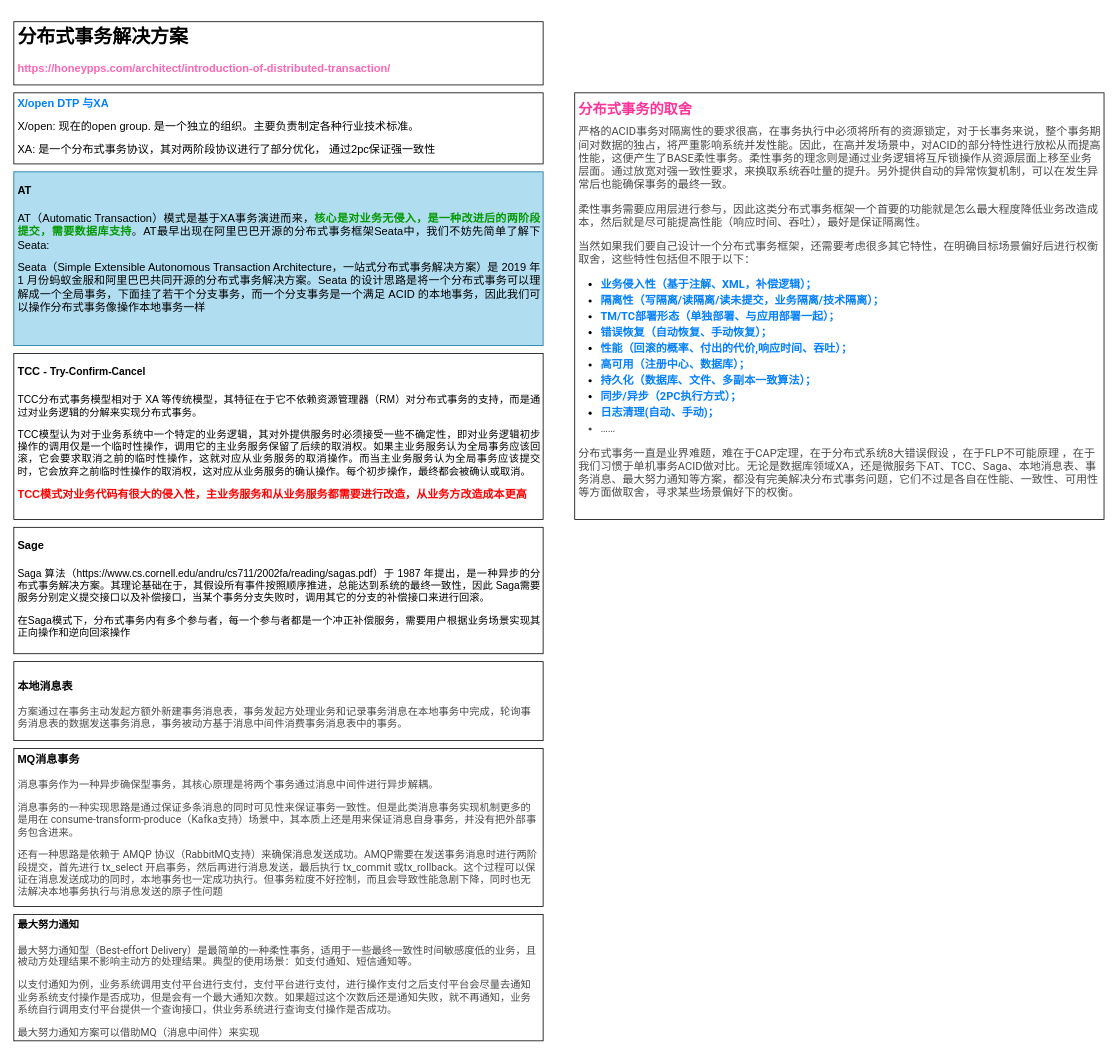
Earlier version of the draw.io diagram page "Main" (1 of 10) of 分布式事务&Seata.drawio (bayern01kahn/Tech_Diagrams). Source tidied: cells renumbered, new cells numbered last; positions are measured from the earlier drawing's top-left corner, leaving out a move shared by most shapes. Both pictures are drawn from the tidied source at 79%, with x=0, y=0 at pixel (13, 21).
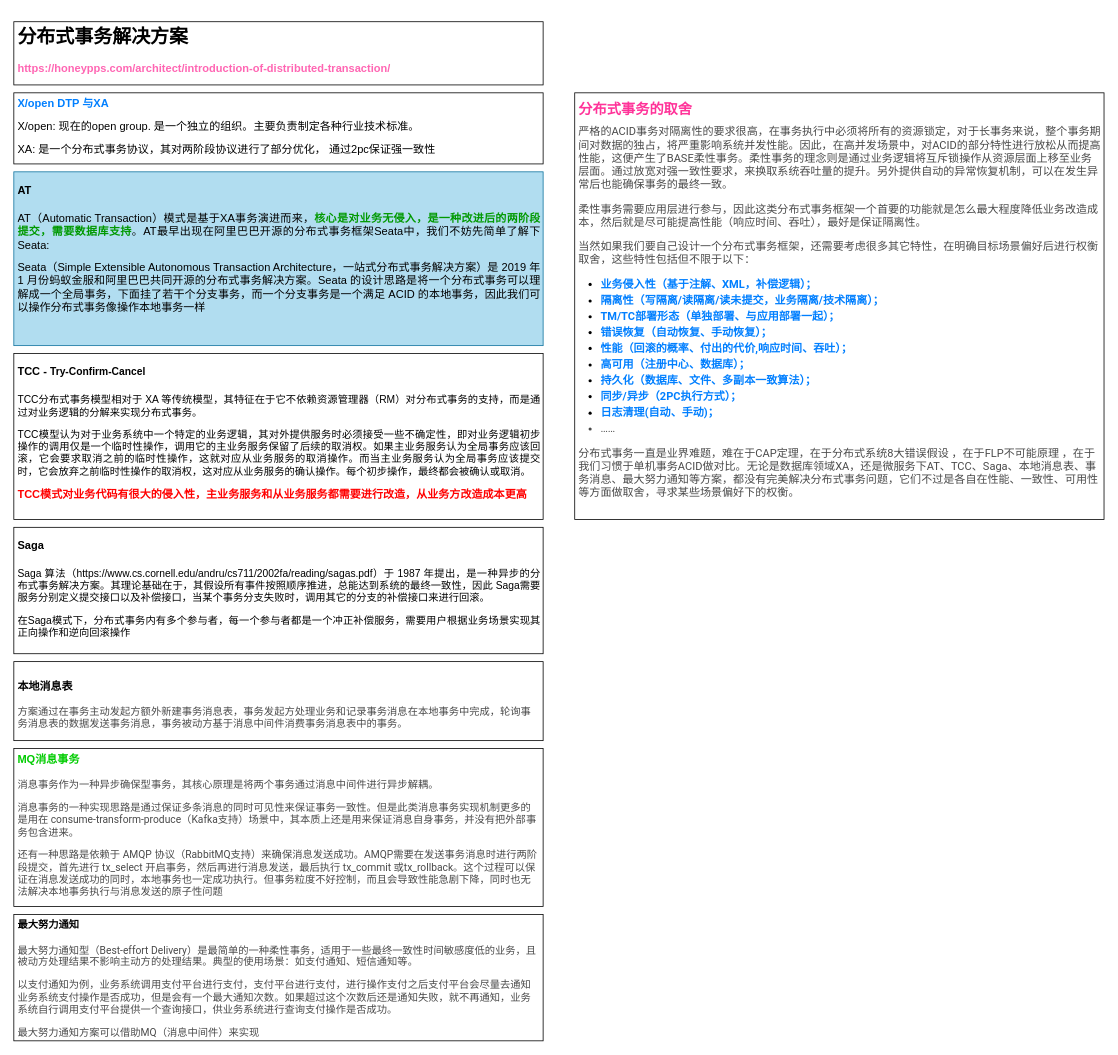
The same page after the edit.

Change to the diagram source:
```diff
@@
 <mxGraphModel>
   <root>
     <mxCell id="0" />
     <mxCell id="1" parent="0" />
     <mxCell id="2" value="&lt;h1&gt;分布式事务解决方案&lt;/h1&gt;&lt;p&gt;&lt;/p&gt;&lt;span style=&quot;text-align: justify&quot;&gt;&lt;span style=&quot;font-size: 14px&quot;&gt;&lt;b&gt;&lt;font color=&quot;#ff66b3&quot;&gt;https://honeypps.com/architect/introduction-of-distributed-transaction/&lt;/font&gt;&lt;/b&gt;&lt;/span&gt;&lt;br&gt;&lt;br&gt;&lt;b style=&quot;color: rgb(0 , 127 , 255) ; font-size: 14px&quot;&gt;&lt;br&gt;&lt;br&gt;&lt;/b&gt;&lt;/span&gt;" style="text;html=1;spacing=5;spacingTop=-20;whiteSpace=wrap;overflow=hidden;rounded=0;fillColor=#ffffff;strokeColor=#000000;" parent="1" vertex="1">
       <mxGeometry width="670" height="80" as="geometry" />
     </mxCell>
     <mxCell id="3" value="&lt;h2 id=&quot;分布式事务的取舍&quot; style=&quot;box-sizing: inherit ; margin: 1.1428em 0px 0.5714em ; padding: 0px ; line-height: 1.125 ; font-family: &amp;#34;ubuntu&amp;#34; , &amp;#34;roboto&amp;#34; , &amp;#34;open sans&amp;#34; , &amp;#34;microsoft yahei&amp;#34; , sans-serif ; background-color: rgb(255 , 255 , 255)&quot;&gt;&lt;font color=&quot;#ff3399&quot;&gt;分布式事务的取舍&lt;/font&gt;&lt;/h2&gt;&lt;h1 style=&quot;font-size: 14px&quot;&gt;&lt;p style=&quot;box-sizing: inherit ; margin: 0px 0px 1em ; padding: 0px ; color: rgb(74 , 74 , 74) ; font-family: &amp;#34;ubuntu&amp;#34; , &amp;#34;roboto&amp;#34; , &amp;#34;open sans&amp;#34; , &amp;#34;microsoft yahei&amp;#34; , sans-serif ; font-weight: 400 ; background-color: rgb(255 , 255 , 255)&quot;&gt;严格的ACID事务对隔离性的要求很高，在事务执行中必须将所有的资源锁定，对于长事务来说，整个事务期间对数据的独占，将严重影响系统并发性能。因此，在高并发场景中，对ACID的部分特性进行放松从而提高性能，这便产生了BASE柔性事务。柔性事务的理念则是通过业务逻辑将互斥锁操作从资源层面上移至业务层面。通过放宽对强一致性要求，来换取系统吞吐量的提升。另外提供自动的异常恢复机制，可以在发生异常后也能确保事务的最终一致。&lt;/p&gt;&lt;p style=&quot;box-sizing: inherit ; margin: 0px 0px 1em ; padding: 0px ; color: rgb(74 , 74 , 74) ; font-family: &amp;#34;ubuntu&amp;#34; , &amp;#34;roboto&amp;#34; , &amp;#34;open sans&amp;#34; , &amp;#34;microsoft yahei&amp;#34; , sans-serif ; font-weight: 400 ; background-color: rgb(255 , 255 , 255)&quot;&gt;柔性事务需要应用层进行参与，因此这类分布式事务框架一个首要的功能就是怎么最大程度降低业务改造成本，然后就是尽可能提高性能（响应时间、吞吐），最好是保证隔离性。&lt;/p&gt;&lt;p style=&quot;box-sizing: inherit ; margin: 0px 0px 1em ; padding: 0px ; color: rgb(74 , 74 , 74) ; font-family: &amp;#34;ubuntu&amp;#34; , &amp;#34;roboto&amp;#34; , &amp;#34;open sans&amp;#34; , &amp;#34;microsoft yahei&amp;#34; , sans-serif ; font-weight: 400 ; background-color: rgb(255 , 255 , 255)&quot;&gt;当然如果我们要自己设计一个分布式事务框架，还需要考虑很多其它特性，在明确目标场景偏好后进行权衡取舍，这些特性包括但不限于以下：&lt;/p&gt;&lt;ul style=&quot;box-sizing: inherit ; margin: 1em 0px 1em 2em ; padding: 0px ; list-style-position: outside ; font-family: &amp;#34;ubuntu&amp;#34; , &amp;#34;roboto&amp;#34; , &amp;#34;open sans&amp;#34; , &amp;#34;microsoft yahei&amp;#34; , sans-serif ; background-color: rgb(255 , 255 , 255)&quot;&gt;&lt;li style=&quot;box-sizing: inherit ; margin: 0px ; padding: 0px&quot;&gt;&lt;font color=&quot;#007fff&quot;&gt;业务侵入性（基于注解、XML，补偿逻辑）；&lt;/font&gt;&lt;/li&gt;&lt;li style=&quot;box-sizing: inherit ; margin: 0.25em 0px 0px ; padding: 0px&quot;&gt;&lt;font color=&quot;#007fff&quot;&gt;隔离性（写隔离/读隔离/读未提交，业务隔离/技术隔离）；&lt;/font&gt;&lt;/li&gt;&lt;li style=&quot;box-sizing: inherit ; margin: 0.25em 0px 0px ; padding: 0px&quot;&gt;&lt;font color=&quot;#007fff&quot;&gt;TM/TC部署形态（单独部署、与应用部署一起）；&lt;/font&gt;&lt;/li&gt;&lt;li style=&quot;box-sizing: inherit ; margin: 0.25em 0px 0px ; padding: 0px&quot;&gt;&lt;font color=&quot;#007fff&quot;&gt;错误恢复（自动恢复、手动恢复）；&lt;/font&gt;&lt;/li&gt;&lt;li style=&quot;box-sizing: inherit ; margin: 0.25em 0px 0px ; padding: 0px&quot;&gt;&lt;font color=&quot;#007fff&quot;&gt;性能（回滚的概率、付出的代价,响应时间、吞吐）；&lt;/font&gt;&lt;/li&gt;&lt;li style=&quot;box-sizing: inherit ; margin: 0.25em 0px 0px ; padding: 0px&quot;&gt;&lt;font color=&quot;#007fff&quot;&gt;高可用（注册中心、数据库）；&lt;/font&gt;&lt;/li&gt;&lt;li style=&quot;box-sizing: inherit ; margin: 0.25em 0px 0px ; padding: 0px&quot;&gt;&lt;font color=&quot;#007fff&quot;&gt;持久化（数据库、文件、多副本一致算法）；&lt;/font&gt;&lt;/li&gt;&lt;li style=&quot;box-sizing: inherit ; margin: 0.25em 0px 0px ; padding: 0px&quot;&gt;&lt;font color=&quot;#007fff&quot;&gt;同步/异步（2PC执行方式）；&lt;/font&gt;&lt;/li&gt;&lt;li style=&quot;box-sizing: inherit ; margin: 0.25em 0px 0px ; padding: 0px&quot;&gt;&lt;font color=&quot;#007fff&quot;&gt;日志清理(自动、手动)；&lt;/font&gt;&lt;/li&gt;&lt;li style=&quot;font-weight: 400 ; color: rgb(74 , 74 , 74) ; box-sizing: inherit ; margin: 0.25em 0px 0px ; padding: 0px&quot;&gt;……&lt;/li&gt;&lt;/ul&gt;&lt;p style=&quot;box-sizing: inherit ; margin: 0px 0px 1em ; padding: 0px ; color: rgb(74 , 74 , 74) ; font-family: &amp;#34;ubuntu&amp;#34; , &amp;#34;roboto&amp;#34; , &amp;#34;open sans&amp;#34; , &amp;#34;microsoft yahei&amp;#34; , sans-serif ; font-weight: 400 ; background-color: rgb(255 , 255 , 255)&quot;&gt;分布式事务一直是业界难题，难在于CAP定理，在于分布式系统8大错误假设 ，在于FLP不可能原理 ，在于我们习惯于单机事务ACID做对比。无论是数据库领域XA，还是微服务下AT、TCC、Saga、本地消息表、事务消息、最大努力通知等方案，都没有完美解决分布式事务问题，它们不过是各自在性能、一致性、可用性等方面做取舍，寻求某些场景偏好下的权衡。&lt;/p&gt;&lt;div&gt;&lt;br&gt;&lt;/div&gt;&lt;/h1&gt;" style="text;html=1;spacing=5;spacingTop=-20;whiteSpace=wrap;overflow=hidden;rounded=0;fillColor=#ffffff;strokeColor=#000000;" parent="1" vertex="1">
       <mxGeometry x="710" y="90" width="670" height="540" as="geometry" />
     </mxCell>
     <mxCell id="4" value="&lt;h1&gt;&lt;/h1&gt;&lt;span style=&quot;text-align: justify&quot;&gt;&lt;b style=&quot;color: rgb(0 , 127 , 255) ; font-size: 14px&quot;&gt;X/open DTP 与XA&lt;/b&gt;&lt;/span&gt;&lt;span style=&quot;color: rgb(0 , 127 , 255) ; font-size: 14px ; text-align: justify&quot;&gt;&amp;nbsp;&lt;/span&gt;&lt;br&gt;&lt;p&gt;&lt;/p&gt;&lt;p style=&quot;text-align: justify&quot;&gt;&lt;font style=&quot;font-size: 14px&quot;&gt;X/open:&amp;nbsp;现在的open group. 是一个独立的组织。主要负责制定各种行业技术标准。&lt;/font&gt;&lt;/p&gt;&lt;p style=&quot;text-align: justify&quot;&gt;&lt;font style=&quot;font-size: 14px&quot;&gt;XA: 是一个分布式事务协议，其对两阶段协议进行了部分优化， 通过2pc保证强一致性&lt;/font&gt;&lt;/p&gt;&lt;p style=&quot;text-align: justify&quot;&gt;&lt;span style=&quot;font-size: 14px&quot;&gt;&lt;br&gt;&lt;/span&gt;&lt;/p&gt;&lt;p style=&quot;text-align: justify&quot;&gt;&lt;br&gt;&lt;/p&gt;" style="text;html=1;spacing=5;spacingTop=-20;whiteSpace=wrap;overflow=hidden;rounded=0;fillColor=#ffffff;strokeColor=#000000;" parent="1" vertex="1">
       <mxGeometry y="90" width="670" height="90" as="geometry" />
     </mxCell>
     <mxCell id="5" value="&lt;h1&gt;&lt;b style=&quot;font-size: 14px ; text-align: justify&quot;&gt;AT&amp;nbsp;&lt;/b&gt;&lt;br&gt;&lt;/h1&gt;&lt;p style=&quot;text-align: justify&quot;&gt;&lt;font&gt;&lt;span style=&quot;font-size: 14px&quot;&gt;AT（Automatic Transaction）模式是基于XA事务演进而来，&lt;b&gt;&lt;font color=&quot;#009900&quot;&gt;核心是对业务无侵入，是一种改进后的两阶段提交，需要数据库支持&lt;/font&gt;&lt;/b&gt;。AT最早出现在阿里巴巴开源的分布式事务框架Seata中，我们不妨先简单了解下Seata:&lt;/span&gt;&lt;/font&gt;&lt;/p&gt;&lt;p style=&quot;text-align: justify&quot;&gt;&lt;/p&gt;&lt;p style=&quot;text-align: justify&quot;&gt;&lt;span style=&quot;font-size: 14px&quot;&gt;Seata（Simple Extensible Autonomous Transaction Architecture，一站式分布式事务解决方案）是 2019 年 1 月份蚂蚁金服和阿里巴巴共同开源的分布式事务解决方案。Seata 的设计思路是将一个分布式事务可以理解成一个全局事务，下面挂了若干个分支事务，而一个分支事务是一个满足 ACID 的本地事务，因此我们可以操作分布式事务像操作本地事务一样&lt;/span&gt;&lt;/p&gt;&lt;p style=&quot;text-align: justify&quot;&gt;&lt;font style=&quot;font-size: 14px&quot;&gt;&lt;br&gt;&lt;/font&gt;&lt;/p&gt;&lt;p style=&quot;text-align: justify&quot;&gt;&lt;br&gt;&lt;/p&gt;" style="text;html=1;spacing=5;spacingTop=-20;whiteSpace=wrap;overflow=hidden;rounded=0;fillColor=#b1ddf0;strokeColor=#10739e;" parent="1" vertex="1">
       <mxGeometry y="190" width="670" height="220" as="geometry" />
     </mxCell>
     <mxCell id="6" value="&lt;h1&gt;&lt;font style=&quot;text-align: justify ; font-weight: normal ; font-size: 14px&quot;&gt;&lt;b&gt;TCC -&amp;nbsp;&lt;/b&gt;&lt;/font&gt;&lt;b style=&quot;text-align: justify ; font-size: 13px&quot;&gt;Try-Confirm-Cancel&lt;/b&gt;&lt;br&gt;&lt;/h1&gt;&lt;p style=&quot;text-align: justify ; font-size: 13px&quot;&gt;&lt;font style=&quot;font-size: 13px&quot;&gt;TCC分布式事务模型相对于 XA 等传统模型，其特征在于它不依赖资源管理器（RM）对分布式事务的支持，而是通过对业务逻辑的分解来实现分布式事务。&lt;/font&gt;&lt;/p&gt;&lt;p style=&quot;text-align: justify ; font-size: 13px&quot;&gt;&lt;span&gt;TCC模型认为对于业务系统中一个特定的业务逻辑，其对外提供服务时必须接受一些不确定性，即对业务逻辑初步操作的调用仅是一个临时性操作，调用它的主业务服务保留了后续的取消权。如果主业务服务认为全局事务应该回滚，它会要求取消之前的临时性操作，这就对应从业务服务的取消操作。而当主业务服务认为全局事务应该提交时，它会放弃之前临时性操作的取消权，这对应从业务服务的确认操作。每个初步操作，最终都会被确认或取消。&lt;/span&gt;&lt;br&gt;&lt;/p&gt;&lt;p style=&quot;text-align: justify&quot;&gt;&lt;font style=&quot;font-size: 14px&quot;&gt;&lt;span style=&quot;color: rgb(255 , 0 , 0) ; font-weight: 700 ; text-align: left ; background-color: rgb(255 , 255 , 255)&quot;&gt;TCC模式对业务代码有很大的侵入性，主业务服务和从业务服务都需要进行改造，从业务方改造成本更高&lt;/span&gt;&lt;b&gt;&lt;br&gt;&lt;/b&gt;&lt;/font&gt;&lt;/p&gt;&lt;p style=&quot;text-align: justify&quot;&gt;&lt;br&gt;&lt;/p&gt;" style="text;html=1;spacing=5;spacingTop=-20;whiteSpace=wrap;overflow=hidden;rounded=0;fillColor=#ffffff;strokeColor=#000000;" parent="1" vertex="1">
       <mxGeometry y="420" width="670" height="210" as="geometry" />
     </mxCell>
-    <mxCell id="7" value="&lt;h1&gt;&lt;b style=&quot;text-align: justify ; font-size: 14px&quot;&gt;Sage&lt;/b&gt;&lt;br&gt;&lt;/h1&gt;&lt;p style=&quot;text-align: justify ; font-size: 13px&quot;&gt;&lt;font style=&quot;font-size: 13px&quot;&gt;Saga 算法（https://www.cs.cornell.edu/andru/cs711/2002fa/reading/sagas.pdf）于 1987 年提出，是一种异步的分布式事务解决方案。其理论基础在于，其假设所有事件按照顺序推进，总能达到系统的最终一致性，因此 Saga需要服务分别定义提交接口以及补偿接口，当某个事务分支失败时，调用其它的分支的补偿接口来进行回滚。&lt;/font&gt;&lt;/p&gt;&lt;p style=&quot;text-align: justify ; font-size: 13px&quot;&gt;&lt;span&gt;&lt;font style=&quot;font-size: 13px&quot;&gt;在Saga模式下，分布式事务内有多个参与者，每一个参与者都是一个冲正补偿服务，需要用户根据业务场景实现其正向操作和逆向回滚操作&lt;/font&gt;&lt;/span&gt;&lt;/p&gt;&lt;p style=&quot;text-align: justify&quot;&gt;&lt;font style=&quot;font-size: 14px&quot;&gt;&lt;b&gt;&lt;br&gt;&lt;/b&gt;&lt;/font&gt;&lt;/p&gt;&lt;p style=&quot;text-align: justify&quot;&gt;&lt;br&gt;&lt;/p&gt;" style="text;html=1;spacing=5;spacingTop=-20;whiteSpace=wrap;overflow=hidden;rounded=0;fillColor=#ffffff;strokeColor=#000000;" parent="1" vertex="1">
+    <mxCell id="7" value="&lt;h1&gt;&lt;b style=&quot;text-align: justify ; font-size: 14px&quot;&gt;Saga&lt;/b&gt;&lt;br&gt;&lt;/h1&gt;&lt;p style=&quot;text-align: justify ; font-size: 13px&quot;&gt;&lt;font style=&quot;font-size: 13px&quot;&gt;Saga 算法（https://www.cs.cornell.edu/andru/cs711/2002fa/reading/sagas.pdf）于 1987 年提出，是一种异步的分布式事务解决方案。其理论基础在于，其假设所有事件按照顺序推进，总能达到系统的最终一致性，因此 Saga需要服务分别定义提交接口以及补偿接口，当某个事务分支失败时，调用其它的分支的补偿接口来进行回滚。&lt;/font&gt;&lt;/p&gt;&lt;p style=&quot;text-align: justify ; font-size: 13px&quot;&gt;&lt;span&gt;&lt;font style=&quot;font-size: 13px&quot;&gt;在Saga模式下，分布式事务内有多个参与者，每一个参与者都是一个冲正补偿服务，需要用户根据业务场景实现其正向操作和逆向回滚操作&lt;/font&gt;&lt;/span&gt;&lt;/p&gt;&lt;p style=&quot;text-align: justify&quot;&gt;&lt;font style=&quot;font-size: 14px&quot;&gt;&lt;b&gt;&lt;br&gt;&lt;/b&gt;&lt;/font&gt;&lt;/p&gt;&lt;p style=&quot;text-align: justify&quot;&gt;&lt;br&gt;&lt;/p&gt;" style="text;html=1;spacing=5;spacingTop=-20;whiteSpace=wrap;overflow=hidden;rounded=0;fillColor=#ffffff;strokeColor=#000000;" parent="1" vertex="1">
       <mxGeometry y="640" width="670" height="160" as="geometry" />
     </mxCell>
     <mxCell id="8" value="&lt;h1&gt;&lt;p style=&quot;font-size: 12px ; font-weight: 400 ; text-align: justify&quot;&gt;&lt;font style=&quot;font-size: 14px&quot;&gt;&lt;b&gt;&lt;br class=&quot;Apple-interchange-newline&quot;&gt;本地消息表&amp;nbsp;&lt;/b&gt;&lt;/font&gt;&lt;/p&gt;&lt;p style=&quot;font-size: 12px ; font-weight: 400 ; text-align: justify&quot;&gt;&lt;font style=&quot;font-size: 14px&quot;&gt;&lt;/font&gt;&lt;/p&gt;&lt;/h1&gt;&lt;h1 style=&quot;font-size: 13px&quot;&gt;&lt;p style=&quot;box-sizing: inherit ; margin: 0px 0px 1em ; padding: 0px ; color: rgb(74 , 74 , 74) ; font-family: &amp;#34;ubuntu&amp;#34; , &amp;#34;roboto&amp;#34; , &amp;#34;open sans&amp;#34; , &amp;#34;microsoft yahei&amp;#34; , sans-serif ; font-weight: 400 ; background-color: rgb(255 , 255 , 255)&quot;&gt;方案通过在事务主动发起方额外新建事务消息表，事务发起方处理业务和记录事务消息在本地事务中完成，轮询事务消息表的数据发送事务消息，事务被动方基于消息中间件消费事务消息表中的事务。&lt;/p&gt;&lt;/h1&gt;" style="text;html=1;spacing=5;spacingTop=-20;whiteSpace=wrap;overflow=hidden;rounded=0;fillColor=#ffffff;strokeColor=#000000;" parent="1" vertex="1">
       <mxGeometry y="810" width="670" height="100" as="geometry" />
     </mxCell>
-    <mxCell id="9" value="&lt;h1&gt;&lt;p style=&quot;font-size: 12px ; font-weight: 400 ; text-align: justify&quot;&gt;&lt;font style=&quot;font-size: 14px&quot;&gt;&lt;b&gt;MQ消息事务&amp;nbsp;&amp;nbsp;&lt;/b&gt;&lt;/font&gt;&lt;/p&gt;&lt;p style=&quot;font-size: 12px ; font-weight: 400 ; text-align: justify&quot;&gt;&lt;font style=&quot;font-size: 14px&quot;&gt;&lt;/font&gt;&lt;/p&gt;&lt;/h1&gt;&lt;h1 style=&quot;font-size: 13px&quot;&gt;&lt;p style=&quot;box-sizing: inherit ; margin: 0px 0px 1em ; padding: 0px ; color: rgb(74 , 74 , 74) ; font-family: &amp;#34;ubuntu&amp;#34; , &amp;#34;roboto&amp;#34; , &amp;#34;open sans&amp;#34; , &amp;#34;microsoft yahei&amp;#34; , sans-serif ; font-weight: 400 ; background-color: rgb(255 , 255 , 255)&quot;&gt;消息事务作为一种异步确保型事务，其核心原理是将两个事务通过消息中间件进行异步解耦。&lt;/p&gt;&lt;p style=&quot;box-sizing: inherit ; margin: 0px 0px 1em ; padding: 0px ; color: rgb(74 , 74 , 74) ; font-family: &amp;#34;ubuntu&amp;#34; , &amp;#34;roboto&amp;#34; , &amp;#34;open sans&amp;#34; , &amp;#34;microsoft yahei&amp;#34; , sans-serif ; font-weight: 400 ; background-color: rgb(255 , 255 , 255)&quot;&gt;消息事务的一种实现思路是通过保证多条消息的同时可见性来保证事务一致性。但是此类消息事务实现机制更多的是用在 consume-transform-produce（Kafka支持）场景中，其本质上还是用来保证消息自身事务，并没有把外部事务包含进来。&lt;/p&gt;&lt;p style=&quot;box-sizing: inherit ; margin: 0px 0px 1em ; padding: 0px ; color: rgb(74 , 74 , 74) ; font-family: &amp;#34;ubuntu&amp;#34; , &amp;#34;roboto&amp;#34; , &amp;#34;open sans&amp;#34; , &amp;#34;microsoft yahei&amp;#34; , sans-serif ; font-weight: 400 ; background-color: rgb(255 , 255 , 255)&quot;&gt;还有一种思路是依赖于 AMQP 协议（RabbitMQ支持）来确保消息发送成功。AMQP需要在发送事务消息时进行两阶段提交，首先进行 tx_select 开启事务，然后再进行消息发送，最后执行 tx_commit 或tx_rollback。这个过程可以保证在消息发送成功的同时，本地事务也一定成功执行。但事务粒度不好控制，而且会导致性能急剧下降，同时也无法解决本地事务执行与消息发送的原子性问题&lt;/p&gt;&lt;/h1&gt;" style="text;html=1;spacing=5;spacingTop=-20;whiteSpace=wrap;overflow=hidden;rounded=0;fillColor=#ffffff;strokeColor=#000000;" parent="1" vertex="1">
+    <mxCell id="9" value="&lt;h1&gt;&lt;p style=&quot;font-size: 12px ; font-weight: 400 ; text-align: justify&quot;&gt;&lt;font style=&quot;font-size: 14px&quot;&gt;&lt;b&gt;&lt;font color=&quot;#00cc00&quot;&gt;MQ消息事务&lt;/font&gt;&amp;nbsp;&amp;nbsp;&lt;/b&gt;&lt;/font&gt;&lt;/p&gt;&lt;p style=&quot;font-size: 12px ; font-weight: 400 ; text-align: justify&quot;&gt;&lt;font style=&quot;font-size: 14px&quot;&gt;&lt;/font&gt;&lt;/p&gt;&lt;/h1&gt;&lt;h1 style=&quot;font-size: 13px&quot;&gt;&lt;p style=&quot;box-sizing: inherit ; margin: 0px 0px 1em ; padding: 0px ; color: rgb(74 , 74 , 74) ; font-family: &amp;#34;ubuntu&amp;#34; , &amp;#34;roboto&amp;#34; , &amp;#34;open sans&amp;#34; , &amp;#34;microsoft yahei&amp;#34; , sans-serif ; font-weight: 400 ; background-color: rgb(255 , 255 , 255)&quot;&gt;消息事务作为一种异步确保型事务，其核心原理是将两个事务通过消息中间件进行异步解耦。&lt;/p&gt;&lt;p style=&quot;box-sizing: inherit ; margin: 0px 0px 1em ; padding: 0px ; color: rgb(74 , 74 , 74) ; font-family: &amp;#34;ubuntu&amp;#34; , &amp;#34;roboto&amp;#34; , &amp;#34;open sans&amp;#34; , &amp;#34;microsoft yahei&amp;#34; , sans-serif ; font-weight: 400 ; background-color: rgb(255 , 255 , 255)&quot;&gt;消息事务的一种实现思路是通过保证多条消息的同时可见性来保证事务一致性。但是此类消息事务实现机制更多的是用在 consume-transform-produce（Kafka支持）场景中，其本质上还是用来保证消息自身事务，并没有把外部事务包含进来。&lt;/p&gt;&lt;p style=&quot;box-sizing: inherit ; margin: 0px 0px 1em ; padding: 0px ; color: rgb(74 , 74 , 74) ; font-family: &amp;#34;ubuntu&amp;#34; , &amp;#34;roboto&amp;#34; , &amp;#34;open sans&amp;#34; , &amp;#34;microsoft yahei&amp;#34; , sans-serif ; font-weight: 400 ; background-color: rgb(255 , 255 , 255)&quot;&gt;还有一种思路是依赖于 AMQP 协议（RabbitMQ支持）来确保消息发送成功。AMQP需要在发送事务消息时进行两阶段提交，首先进行 tx_select 开启事务，然后再进行消息发送，最后执行 tx_commit 或tx_rollback。这个过程可以保证在消息发送成功的同时，本地事务也一定成功执行。但事务粒度不好控制，而且会导致性能急剧下降，同时也无法解决本地事务执行与消息发送的原子性问题&lt;/p&gt;&lt;/h1&gt;" style="text;html=1;spacing=5;spacingTop=-20;whiteSpace=wrap;overflow=hidden;rounded=0;fillColor=#ffffff;strokeColor=#000000;" parent="1" vertex="1">
       <mxGeometry y="920" width="670" height="200" as="geometry" />
     </mxCell>
     <mxCell id="10" value="&lt;h1&gt;&lt;p style=&quot;font-weight: 400 ; text-align: justify ; font-size: 13px&quot;&gt;&lt;b&gt;最大努力通知&lt;/b&gt;&lt;/p&gt;&lt;p style=&quot;font-weight: 400 ; text-align: justify ; font-size: 13px&quot;&gt;&lt;/p&gt;&lt;/h1&gt;&lt;h1 style=&quot;font-size: 13px&quot;&gt;&lt;p style=&quot;box-sizing: inherit ; margin: 0px 0px 1em ; padding: 0px ; color: rgb(74 , 74 , 74) ; font-family: &amp;#34;ubuntu&amp;#34; , &amp;#34;roboto&amp;#34; , &amp;#34;open sans&amp;#34; , &amp;#34;microsoft yahei&amp;#34; , sans-serif ; font-weight: 400 ; background-color: rgb(255 , 255 , 255)&quot;&gt;最大努力通知型（Best-effort Delivery）是最简单的一种柔性事务，适用于一些最终一致性时间敏感度低的业务，且被动方处理结果不影响主动方的处理结果。典型的使用场景：如支付通知、短信通知等。&lt;/p&gt;&lt;p style=&quot;box-sizing: inherit ; margin: 0px 0px 1em ; padding: 0px ; color: rgb(74 , 74 , 74) ; font-family: &amp;#34;ubuntu&amp;#34; , &amp;#34;roboto&amp;#34; , &amp;#34;open sans&amp;#34; , &amp;#34;microsoft yahei&amp;#34; , sans-serif ; font-weight: 400 ; background-color: rgb(255 , 255 , 255)&quot;&gt;以支付通知为例，业务系统调用支付平台进行支付，支付平台进行支付，进行操作支付之后支付平台会尽量去通知业务系统支付操作是否成功，但是会有一个最大通知次数。如果超过这个次数后还是通知失败，就不再通知，业务系统自行调用支付平台提供一个查询接口，供业务系统进行查询支付操作是否成功。&lt;/p&gt;&lt;p style=&quot;box-sizing: inherit ; margin: 0px 0px 1em ; padding: 0px ; color: rgb(74 , 74 , 74) ; font-family: &amp;#34;ubuntu&amp;#34; , &amp;#34;roboto&amp;#34; , &amp;#34;open sans&amp;#34; , &amp;#34;microsoft yahei&amp;#34; , sans-serif ; font-weight: 400 ; background-color: rgb(255 , 255 , 255)&quot;&gt;最大努力通知方案可以借助MQ（消息中间件）来实现&lt;/p&gt;&lt;/h1&gt;" style="text;html=1;spacing=5;spacingTop=-20;whiteSpace=wrap;overflow=hidden;rounded=0;fillColor=#ffffff;strokeColor=#000000;" parent="1" vertex="1">
       <mxGeometry y="1130" width="670" height="160" as="geometry" />
     </mxCell>
   </root>
 </mxGraphModel>
```
